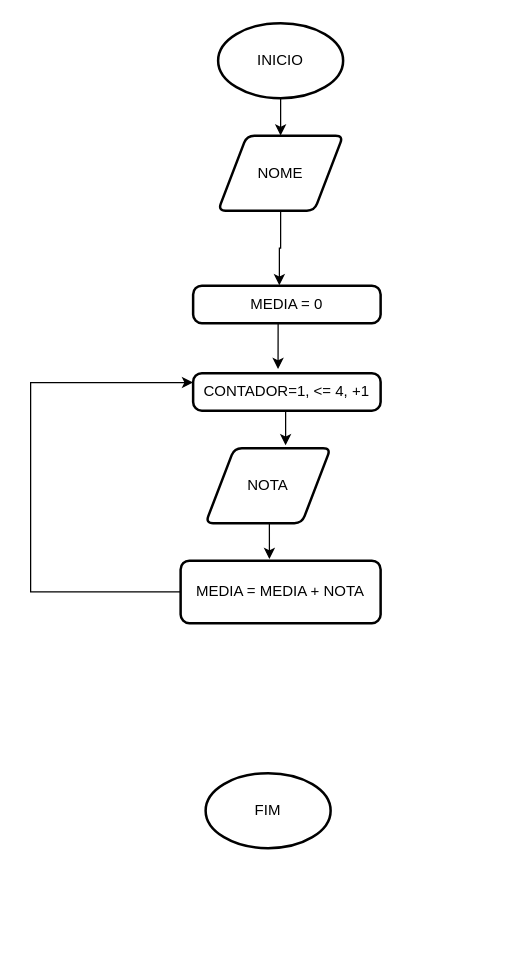
The draw.io diagram Fluxo_semana3_2.drawio in alberes-silva/CodigoBase, before the edit. Source tidied: cells renumbered, new cells numbered last; positions are measured from the earlier drawing's top-left corner, leaving out a move shared by most shapes. Both pictures are drawn from the tidied source at 125%, with x=0, y=0 at pixel (30, 22).
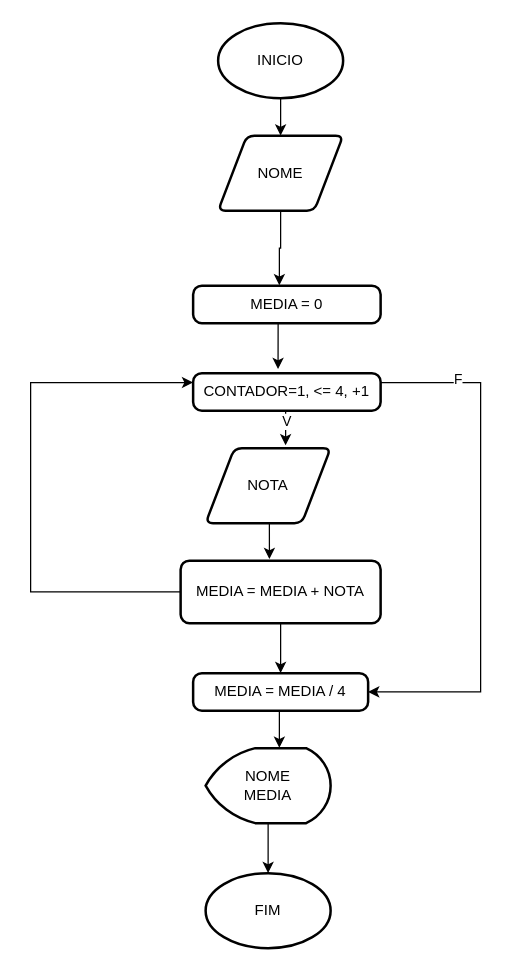
The same diagram, later.

The change refers to these unchanged cells:
```xml
<mxCell id="7" value="CONTADOR=1, &amp;lt;= 4, +1" style="rounded=1;whiteSpace=wrap;html=1;absoluteArcSize=1;arcSize=14;strokeWidth=2;" parent="1" vertex="1">
  <mxGeometry x="130" y="280" width="150" height="30" as="geometry" />
</mxCell>
<mxCell id="10" value="MEDIA = MEDIA + NOTA" style="rounded=1;whiteSpace=wrap;html=1;absoluteArcSize=1;arcSize=14;strokeWidth=2;" parent="1" vertex="1">
  <mxGeometry x="120" y="430" width="160" height="50" as="geometry" />
</mxCell>
<mxCell id="13" style="edgeStyle=orthogonalEdgeStyle;rounded=0;jettySize=auto;html=1;exitX=0.5;exitY=1;exitDx=0;exitDy=0;entryX=0.64;entryY=-0.037;entryDx=0;entryDy=0;entryPerimeter=0;" parent="1" edge="1" source="7" target="8">
  <mxGeometry relative="1" as="geometry" />
</mxCell>
```

Change to the diagram source:
```diff
@@
     <mxCell id="4" value="FIM" style="strokeWidth=2;html=1;shape=mxgraph.flowchart.start_1;whiteSpace=wrap;" parent="1" vertex="1">
-      <mxGeometry x="140" y="600" width="100" height="60" as="geometry" />
+      <mxGeometry x="140" y="680" width="100" height="60" as="geometry" />
     </mxCell>
@@
+    <mxCell id="15" style="edgeStyle=orthogonalEdgeStyle;rounded=0;jettySize=auto;html=1;exitX=1;exitY=0.25;exitDx=0;exitDy=0;entryX=1;entryY=0.5;entryDx=0;entryDy=0;" parent="1" edge="1" source="7" target="19">
+      <mxGeometry relative="1" as="geometry">
+        <Array as="points">
+          <mxPoint x="360" y="288" />
+          <mxPoint x="360" y="535" />
+        </Array>
+      </mxGeometry>
+    </mxCell>
+    <mxCell id="16" value="F" style="edgeLabel;html=1;align=center;verticalAlign=middle;" parent="15" vertex="1">
+      <mxGeometry x="-0.71" y="4" relative="1" as="geometry">
+        <mxPoint y="1" as="offset" />
+      </mxGeometry>
+    </mxCell>
@@
+    <mxCell id="17" style="edgeStyle=orthogonalEdgeStyle;rounded=0;jettySize=auto;html=1;exitX=0.5;exitY=1;exitDx=0;exitDy=0;entryX=0.5;entryY=0;entryDx=0;entryDy=0;" parent="1" edge="1" source="10" target="19">
+      <mxGeometry relative="1" as="geometry" />
+    </mxCell>
@@
+    <mxCell id="18" value="V" style="edgeLabel;html=1;align=center;verticalAlign=middle;" parent="13" vertex="1">
+      <mxGeometry x="-0.37" relative="1" as="geometry" />
+    </mxCell>
@@
+    <mxCell id="19" value="MEDIA = MEDIA / 4" style="rounded=1;whiteSpace=wrap;html=1;absoluteArcSize=1;arcSize=14;strokeWidth=2;" parent="1" vertex="1">
+      <mxGeometry x="130" y="520" width="140" height="30" as="geometry" />
+    </mxCell>
+    <mxCell id="20" value="NOME&lt;div&gt;MEDIA&lt;/div&gt;" style="strokeWidth=2;html=1;shape=mxgraph.flowchart.display;whiteSpace=wrap;" parent="1" vertex="1">
+      <mxGeometry x="140" y="580" width="100" height="60" as="geometry" />
+    </mxCell>
+    <mxCell id="21" style="edgeStyle=orthogonalEdgeStyle;rounded=0;jettySize=auto;html=1;exitX=0.5;exitY=1;exitDx=0;exitDy=0;entryX=0.59;entryY=-0.004;entryDx=0;entryDy=0;entryPerimeter=0;" parent="1" edge="1" source="19" target="20">
+      <mxGeometry relative="1" as="geometry" />
+    </mxCell>
+    <mxCell id="22" style="edgeStyle=orthogonalEdgeStyle;rounded=0;jettySize=auto;html=1;exitX=0.5;exitY=1;exitDx=0;exitDy=0;exitPerimeter=0;entryX=0.5;entryY=0;entryDx=0;entryDy=0;entryPerimeter=0;" parent="1" edge="1" source="20" target="4">
+      <mxGeometry relative="1" as="geometry" />
+    </mxCell>
```
